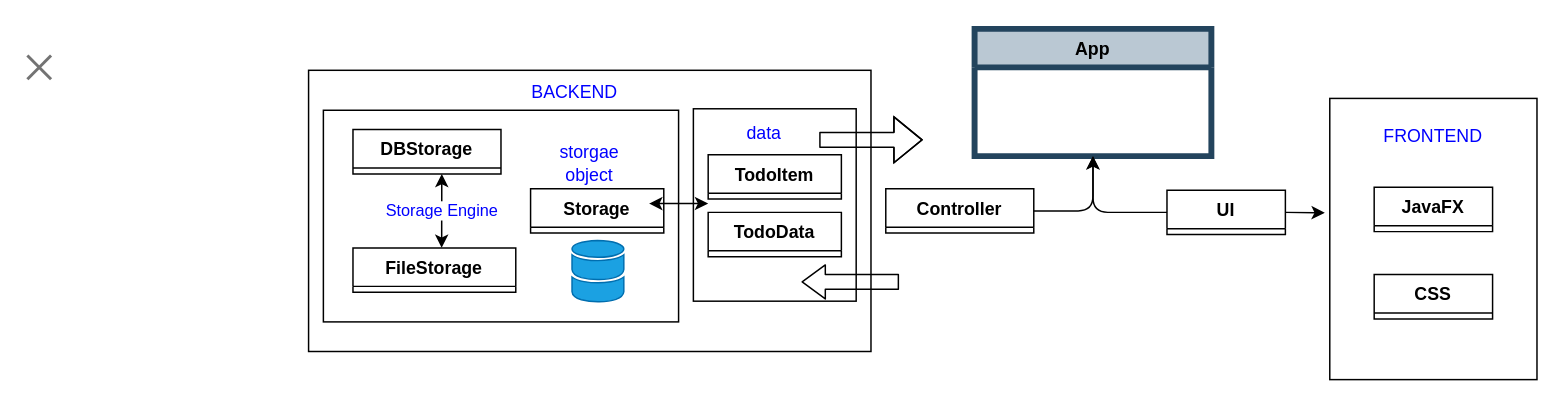
Before: drawings.drawio in amihere2830-java-projects/ToDO-List, a draw.io diagram. Source tidied: cells renumbered, new cells numbered last; positions are measured from the earlier drawing's top-left corner, leaving out a move shared by most shapes. Both pictures are drawn from the tidied source at 148%, with x=0, y=0 at pixel (27, 28).
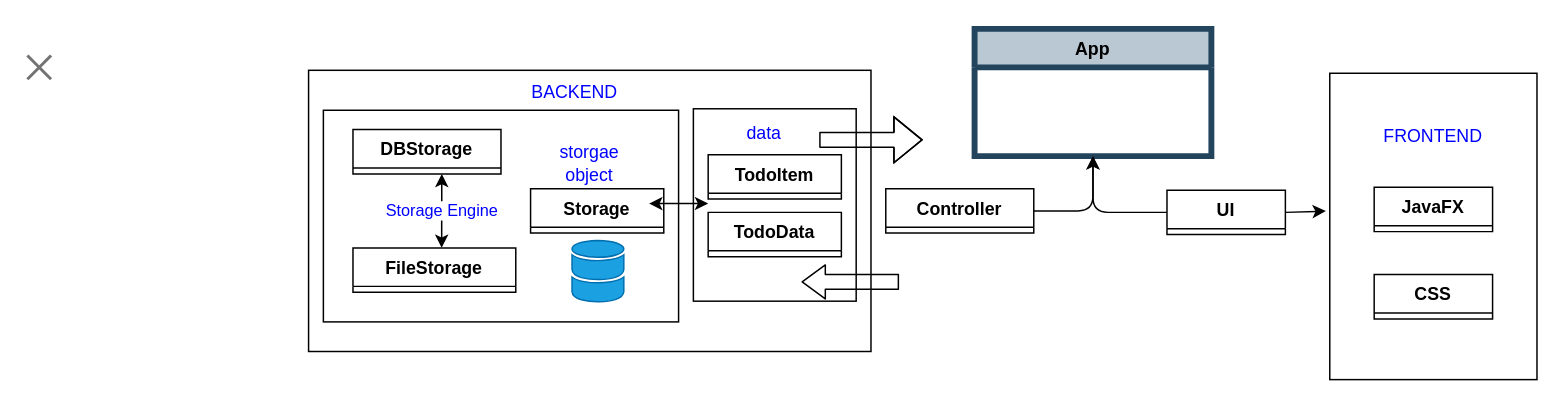
The same page after the edit.

Unchanged cells that the change refers to:
```xml
<mxCell id="3" style="group;" parent="1" vertex="1">
  <mxGeometry x="190" width="830" height="237" as="geometry" />
</mxCell>
<mxCell id="23" value="UI" style="swimlane;fontStyle=1;align=center;verticalAlign=top;horizontal=1;startSize=26;whiteSpace=wrap;html=1;" parent="3" vertex="1" collapsed="1">
  <mxGeometry x="580" y="109" width="80" height="30" as="geometry" />
</mxCell>
```

The edit, as a diff of the source:
```diff
@@
     <mxCell id="21" style="rounded=0;whiteSpace=wrap;html=1;fillColor=none;" parent="3" vertex="1">
-      <mxGeometry x="690" y="47" width="140" height="190" as="geometry" />
+      <mxGeometry x="690" y="30" width="140" height="207" as="geometry" />
     </mxCell>
@@
-    <mxCell id="30" style="endArrow=classic;html=1;fontColor=#0000FF;entryX=-0.024;entryY=0.407;entryDx=0;entryDy=0;entryPerimeter=0;exitX=1;exitY=0.5;exitDx=0;exitDy=0;" parent="3" edge="1" source="23" target="21">
+    <mxCell id="30" style="endArrow=classic;html=1;fontColor=#0000FF;entryX=-0.019;entryY=0.45;entryDx=0;entryDy=0;entryPerimeter=0;exitX=1;exitY=0.5;exitDx=0;exitDy=0;" parent="3" edge="1" source="23" target="21">
       <mxGeometry relative="1" as="geometry" />
     </mxCell>
```
